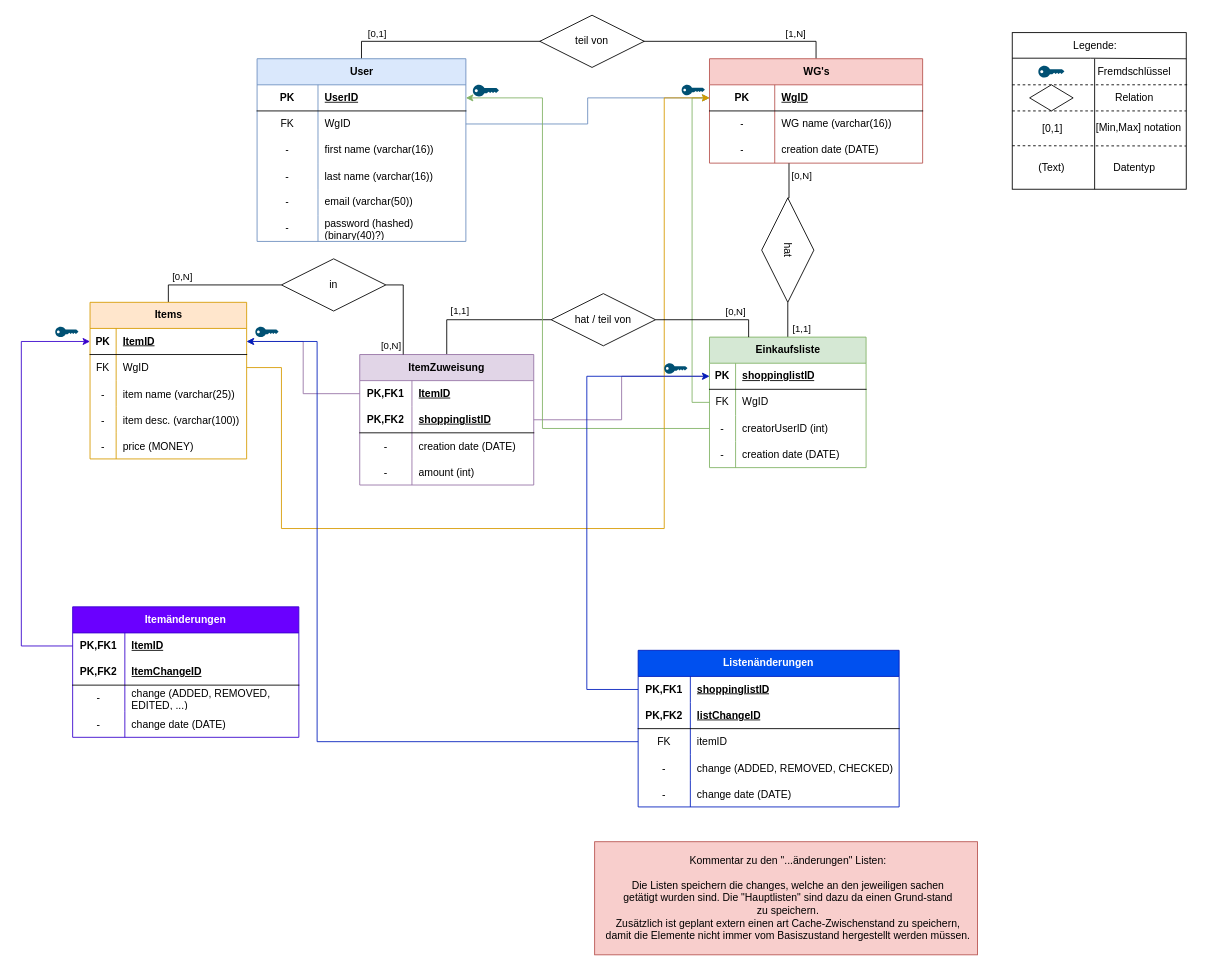
The draw.io diagram docs/models/database/ShareShop.drawio in MasterOfDevilLP/ShareShop, before the edit. Source tidied: cells renumbered, new cells numbered last; positions are measured from the earlier drawing's top-left corner, leaving out a move shared by most shapes. Both pictures are drawn from the tidied source at 87%, with x=0, y=0 at pixel (21, 15).
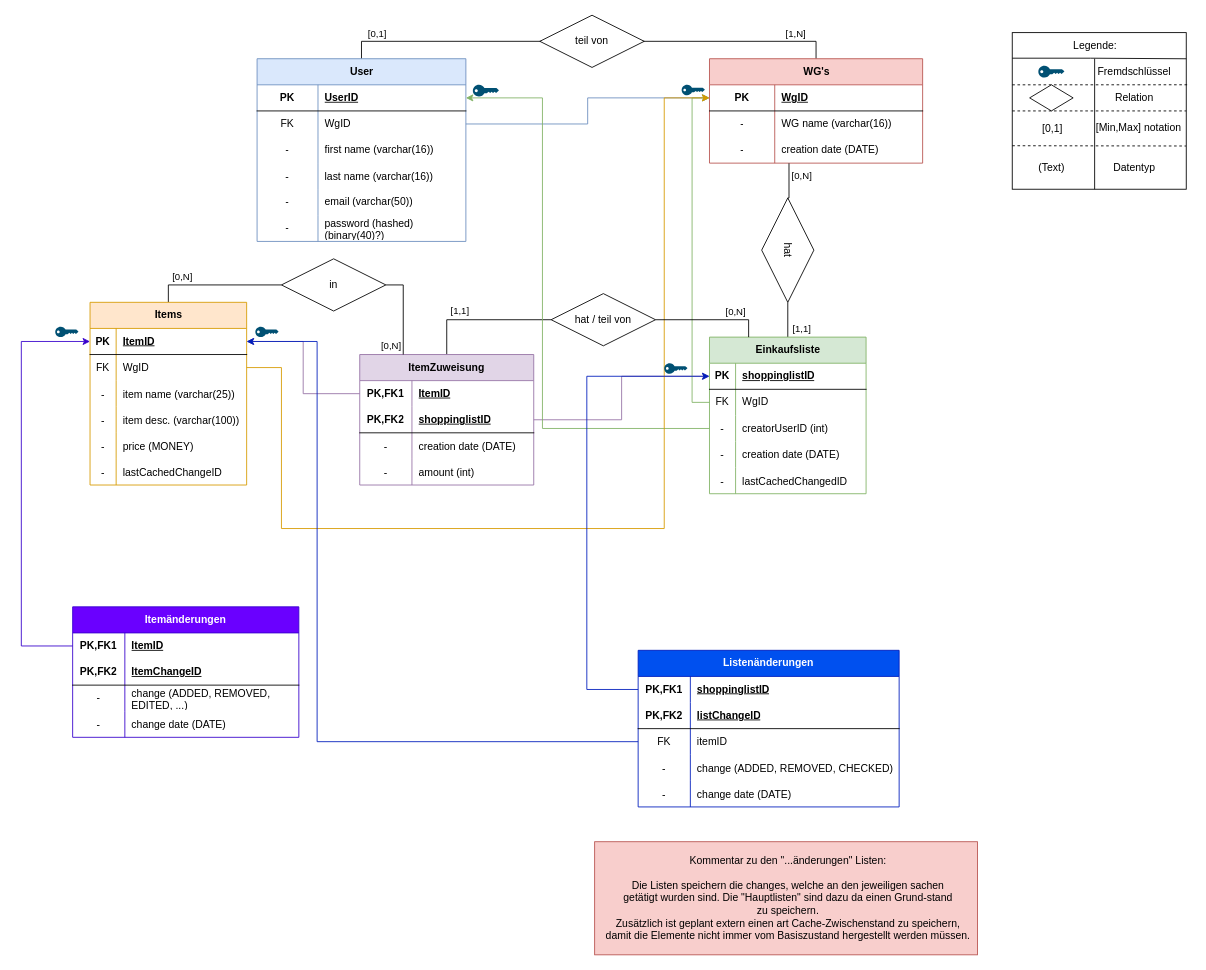
After the change.

Change to the diagram source:
```diff
@@
     <mxCell id="37" value="Einkaufsliste" style="shape=table;startSize=30;childLayout=tableLayout;rowLines=0;fontStyle=1;align=center;html=1;fillColor=#d5e8d4;strokeColor=#82b366;" parent="1" vertex="1">
-      <mxGeometry x="791" y="370" width="180" height="150" as="geometry" />
+      <mxGeometry x="791" y="370" width="180" height="180" as="geometry" />
     </mxCell>
@@
+    <mxCell id="152" style="shape=tableRow;horizontal=0;startSize=0;swimlaneHead=0;swimlaneBody=0;fillColor=none;top=0;left=0;right=0;bottom=0;" parent="37" vertex="1">
+      <mxGeometry y="150" width="180" height="30" as="geometry" />
+    </mxCell>
+    <mxCell id="153" value="-" style="shape=partialRectangle;fillColor=none;top=0;left=0;bottom=0;right=0;overflow=hidden;" parent="152" vertex="1">
+      <mxGeometry width="30" height="30" as="geometry" />
+    </mxCell>
+    <mxCell id="154" value="lastCachedChangedID" style="shape=partialRectangle;fillColor=none;top=0;left=0;bottom=0;right=0;align=left;spacingLeft=6;overflow=hidden;" parent="152" vertex="1">
+      <mxGeometry x="30" width="150" height="30" as="geometry" />
+    </mxCell>
@@
     <mxCell id="56" value="Items" style="shape=table;startSize=30;childLayout=tableLayout;rowLines=0;fontStyle=1;align=center;html=1;fillColor=#ffe6cc;strokeColor=#d79b00;" parent="1" vertex="1">
-      <mxGeometry x="79" y="330" width="180" height="180" as="geometry" />
+      <mxGeometry x="79" y="330" width="180" height="210" as="geometry" />
     </mxCell>
@@
+    <mxCell id="155" style="shape=tableRow;horizontal=0;startSize=0;swimlaneHead=0;swimlaneBody=0;fillColor=none;top=0;left=0;right=0;bottom=0;" parent="56" vertex="1">
+      <mxGeometry y="180" width="180" height="30" as="geometry" />
+    </mxCell>
+    <mxCell id="156" value="-" style="shape=partialRectangle;fillColor=none;top=0;left=0;bottom=0;right=0;overflow=hidden;" parent="155" vertex="1">
+      <mxGeometry width="30" height="30" as="geometry" />
+    </mxCell>
+    <mxCell id="157" value="lastCachedChangeID" style="shape=partialRectangle;fillColor=none;top=0;left=0;bottom=0;right=0;align=left;spacingLeft=6;overflow=hidden;" parent="155" vertex="1">
+      <mxGeometry x="30" width="150" height="30" as="geometry" />
+    </mxCell>
```
